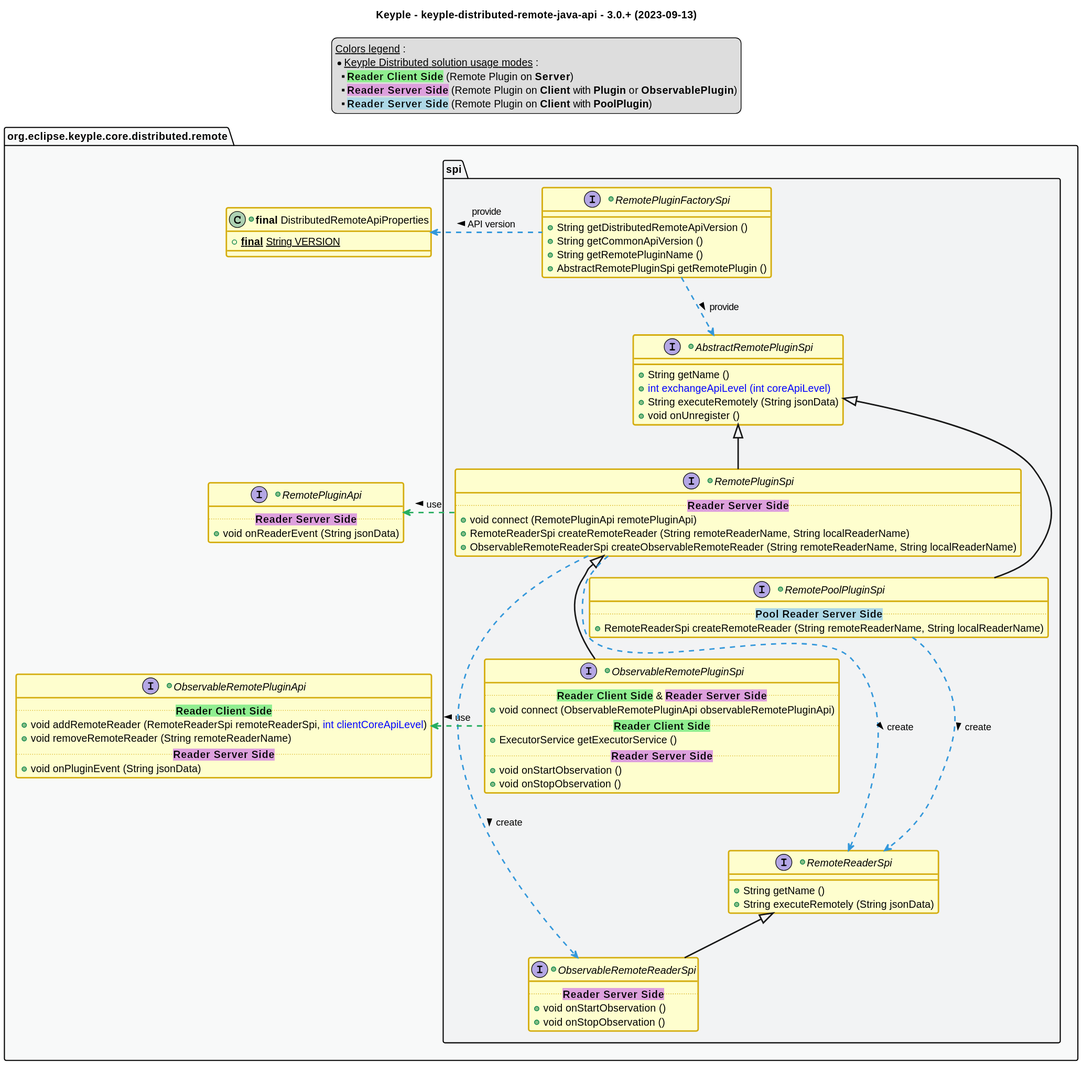
Before: src/main/uml/api_class_diagram.svg, a diagram exported from PlantUML (eclipse-keyple/keyple-distributed-remote-java-api).
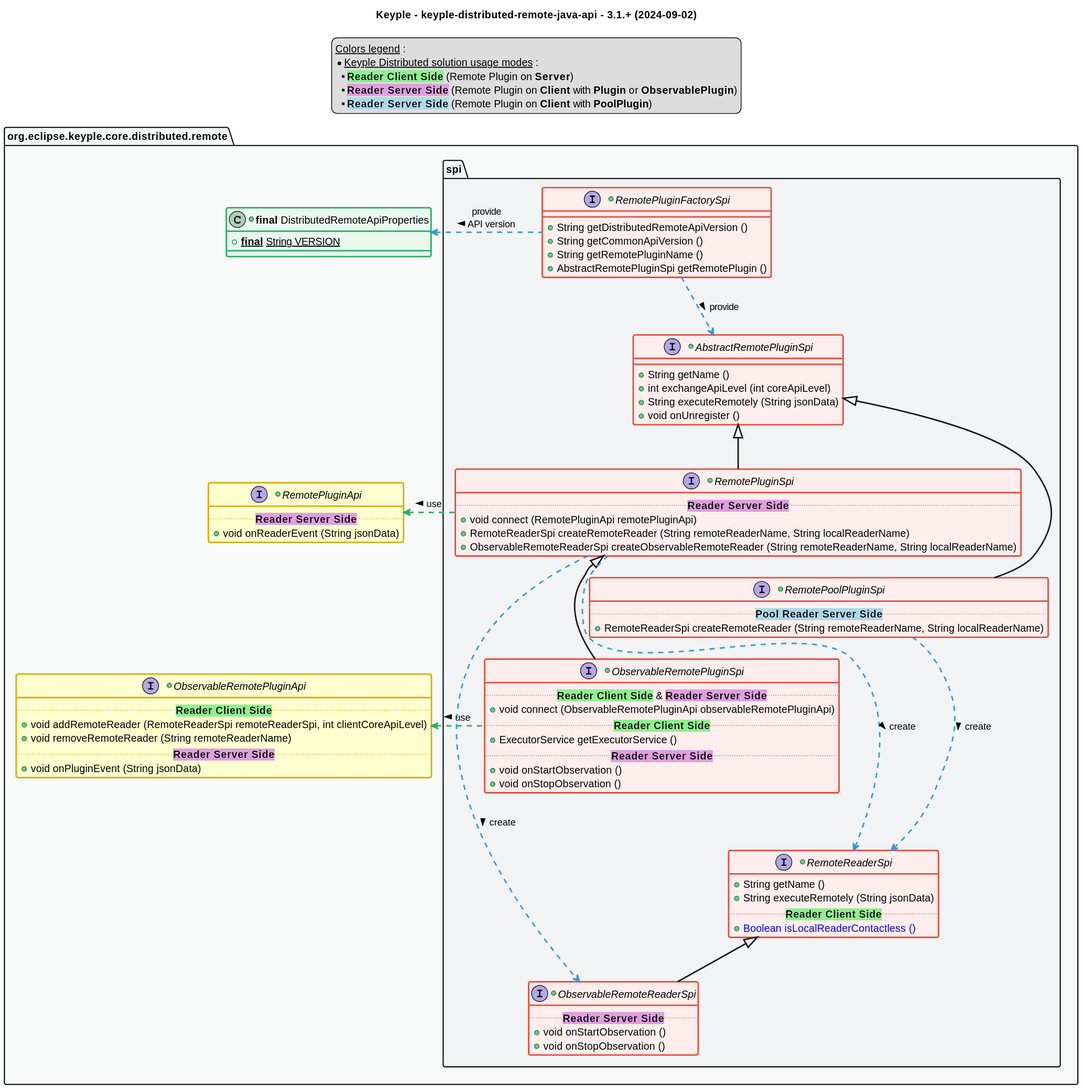
Later version of the same file.

Commit message:
feat: optimize Distributed solution with "isContactless" flag

Change to the diagram source:
```diff
@@ -1,6 +1,6 @@
 @startuml
 title
-    Keyple - keyple-distributed-remote-java-api - 3.0.+ (2023-09-13)
+    Keyple - keyple-distributed-remote-java-api - 3.1.+ (2024-09-02)
 end title
 
 
@@ -49,7 +49,7 @@
 end legend
 
 package "org.eclipse.keyple.core.distributed.remote" as api {
-    +class "**final** DistributedRemoteApiProperties" as ApiProperties {
+    +class "**final** DistributedRemoteApiProperties" as ApiProperties <<green>> {
         +{static} **final** String VERSION
     }
     +interface RemotePluginApi {
@@ -58,31 +58,31 @@
     }
     +interface ObservableRemotePluginApi {
         .. <back:lightGreen>**Reader Client Side**</back> ..
-        +void addRemoteReader (RemoteReaderSpi remoteReaderSpi, <color:blue>int clientCoreApiLevel</color>)
+        +void addRemoteReader (RemoteReaderSpi remoteReaderSpi, int clientCoreApiLevel)
         +void removeRemoteReader (String remoteReaderName)
         .. <back:plum>**Reader Server Side**</back> ..
         +void onPluginEvent (String jsonData)
     }
     package spi {
-        +interface RemotePluginFactorySpi {
+        +interface RemotePluginFactorySpi <<red>> {
             +String getDistributedRemoteApiVersion ()
             +String getCommonApiVersion ()
             +String getRemotePluginName ()
             +AbstractRemotePluginSpi getRemotePlugin ()
         }
-        +interface AbstractRemotePluginSpi {
+        +interface AbstractRemotePluginSpi <<red>> {
             +String getName ()
-            +<color:blue>int exchangeApiLevel (int coreApiLevel)
+            +int exchangeApiLevel (int coreApiLevel)
             +String executeRemotely (String jsonData)
             +void onUnregister ()
         }
-        +interface RemotePluginSpi extends AbstractRemotePluginSpi {
+        +interface RemotePluginSpi <<red>> extends AbstractRemotePluginSpi {
             .. <back:plum>**Reader Server Side**</back> ..
             +void connect (RemotePluginApi remotePluginApi)
             +RemoteReaderSpi createRemoteReader (String remoteReaderName, String localReaderName)
             +ObservableRemoteReaderSpi createObservableRemoteReader (String remoteReaderName, String localReaderName)
         }
-        +interface ObservableRemotePluginSpi extends RemotePluginSpi {
+        +interface ObservableRemotePluginSpi <<red>> extends RemotePluginSpi {
             .. <back:lightGreen>**Reader Client Side**</back> & <back:plum>**Reader Server Side**</back> ..
             +void connect (ObservableRemotePluginApi observableRemotePluginApi)
             .. <back:lightGreen>**Reader Client Side**</back> ..
@@ -91,15 +91,17 @@
             +void onStartObservation ()
             +void onStopObservation ()
         }
-        +interface RemotePoolPluginSpi extends AbstractRemotePluginSpi {
+        +interface RemotePoolPluginSpi <<red>> extends AbstractRemotePluginSpi {
             .. <back:lightBlue>**Pool Reader Server Side**</back> ..
             +RemoteReaderSpi createRemoteReader (String remoteReaderName, String localReaderName)
         }
-        +interface RemoteReaderSpi {
+        +interface RemoteReaderSpi <<red>> {
             +String getName ()
             +String executeRemotely (String jsonData)
+            .. <back:lightGreen>**Reader Client Side**</back> ..
+            +<color:blue>Boolean isLocalReaderContactless ()
         }
-        +interface ObservableRemoteReaderSpi extends RemoteReaderSpi {
+        +interface ObservableRemoteReaderSpi <<red>> extends RemoteReaderSpi {
             .. <back:plum>**Reader Server Side**</back> ..
             +void onStartObservation ()
             +void onStopObservation ()
```
